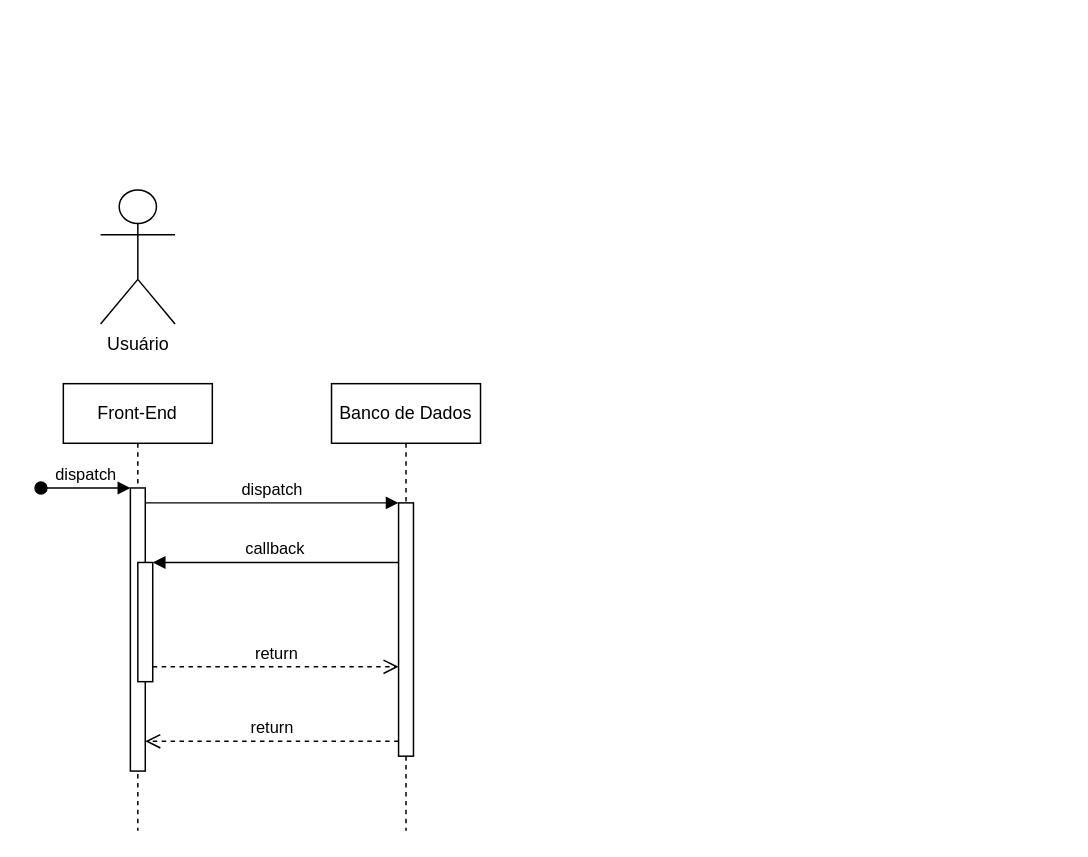
The draw.io diagram misc/diagramas/Diagrama de Sequência/Diagrama de Sequência.drawio in VerbalThree/OpenVoice, before the edit. Source tidied: cells renumbered, new cells numbered last; positions are measured from the earlier drawing's top-left corner, leaving out a move shared by most shapes. Both pictures are drawn from the tidied source at 149%, with x=0, y=0 at pixel (40, 189).
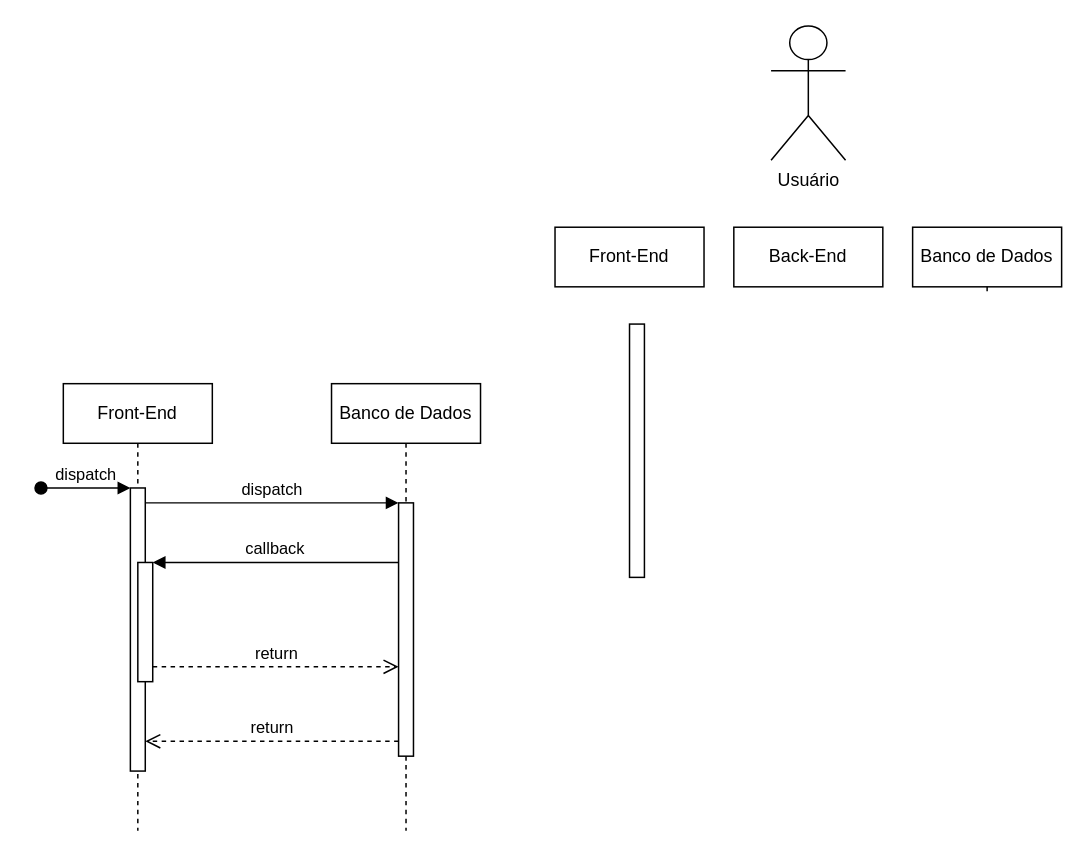
The same diagram, later.

The edit, as a diff of the source:
```diff
@@
     <mxCell id="12" value="Usuário" style="shape=umlActor;verticalLabelPosition=bottom;verticalAlign=top;html=1;" parent="1" vertex="1">
-      <mxGeometry x="40" width="50" height="90" as="geometry" />
+      <mxGeometry x="490" y="-110" width="50" height="90" as="geometry" />
     </mxCell>
+    <mxCell id="13" value="Front-End" style="shape=umlLifeline;perimeter=lifelinePerimeter;whiteSpace=wrap;html=1;newEdgeStyle={&quot;edgeStyle&quot;:&quot;elbowEdgeStyle&quot;,&quot;elbow&quot;:&quot;vertical&quot;,&quot;curved&quot;:0,&quot;rounded&quot;:0};" parent="1" vertex="1">
+      <mxGeometry x="345" y="25" width="100" height="40" as="geometry" />
+    </mxCell>
+    <mxCell id="14" value="Banco de Dados" style="shape=umlLifeline;perimeter=lifelinePerimeter;whiteSpace=wrap;html=1;newEdgeStyle={&quot;edgeStyle&quot;:&quot;elbowEdgeStyle&quot;,&quot;elbow&quot;:&quot;vertical&quot;,&quot;curved&quot;:0,&quot;rounded&quot;:0};" parent="1" vertex="1">
+      <mxGeometry x="585" y="25" width="100" height="45" as="geometry" />
+    </mxCell>
+    <mxCell id="15" value="Back-End" style="shape=umlLifeline;perimeter=lifelinePerimeter;whiteSpace=wrap;html=1;newEdgeStyle={&quot;edgeStyle&quot;:&quot;elbowEdgeStyle&quot;,&quot;elbow&quot;:&quot;vertical&quot;,&quot;curved&quot;:0,&quot;rounded&quot;:0};" parent="1" vertex="1">
+      <mxGeometry x="465" y="25" width="100" height="40" as="geometry" />
+    </mxCell>
+    <mxCell id="16" style="html=1;perimeter=orthogonalPerimeter;targetShapes=umlLifeline;newEdgeStyle={&quot;edgeStyle&quot;:&quot;elbowEdgeStyle&quot;,&quot;elbow&quot;:&quot;vertical&quot;,&quot;curved&quot;:0,&quot;rounded&quot;:0};" parent="1" vertex="1">
+      <mxGeometry x="395" y="90" width="10" height="170" as="geometry" />
+    </mxCell>
```
